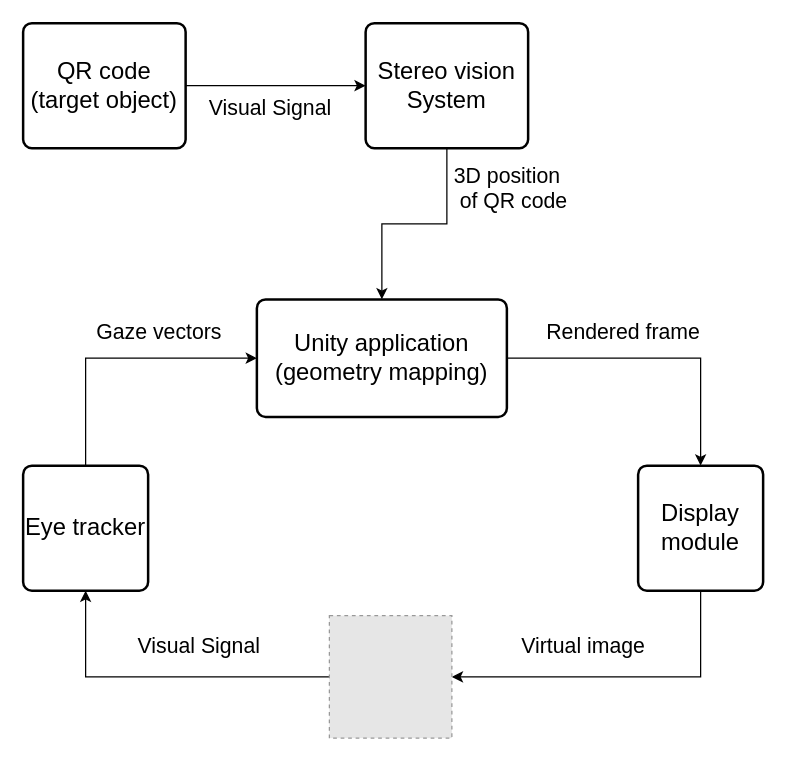
Before: System_level_design.drawio in Dawei-S/Da, a draw.io diagram. Source tidied: cells renumbered, new cells numbered last; positions are measured from the earlier drawing's top-left corner, leaving out a move shared by most shapes. Both pictures are drawn from the tidied source at 125%, with x=0, y=0 at pixel (22, 22). Pictures stored in the file or linked from it are replaced by grey dashed boxes.
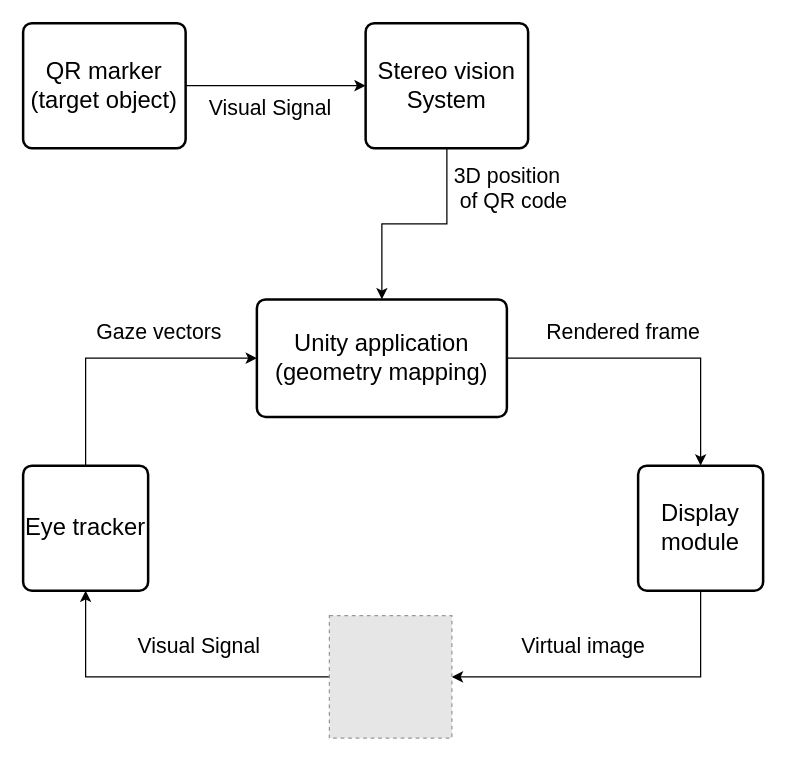
After the change.

Diff of the diagram source:
```diff
@@
 <mxGraphModel>
   <root>
     <mxCell id="0" />
     <mxCell id="1" parent="0" />
     <mxCell id="2" style="edgeStyle=orthogonalEdgeStyle;rounded=0;jettySize=auto;html=1;exitX=0.5;exitY=0;exitDx=0;exitDy=0;entryX=0;entryY=0.5;entryDx=0;entryDy=0;" parent="1" edge="1" source="3" target="5">
       <mxGeometry relative="1" as="geometry" />
     </mxCell>
     <mxCell id="3" value="&lt;span id=&quot;docs-internal-guid-c69a7b36-7fff-ca42-4f69-aa0f96ac0ebd&quot;&gt;&lt;span style=&quot;font-family: &amp;#34;arial&amp;#34; ; background-color: transparent ; vertical-align: baseline ; white-space: pre-wrap&quot;&gt;&lt;font style=&quot;font-size: 19px&quot;&gt;Eye tracker&lt;/font&gt;&lt;/span&gt;&lt;/span&gt;" style="rounded=1;whiteSpace=wrap;html=1;absoluteArcSize=1;arcSize=14;strokeWidth=2;" parent="1" vertex="1">
       <mxGeometry y="354" width="100" height="100" as="geometry" />
     </mxCell>
     <mxCell id="4" style="edgeStyle=orthogonalEdgeStyle;rounded=0;jettySize=auto;html=1;entryX=0.5;entryY=0;entryDx=0;entryDy=0;" parent="1" edge="1" source="5" target="7">
       <mxGeometry relative="1" as="geometry" />
     </mxCell>
     <mxCell id="5" value="&lt;span id=&quot;docs-internal-guid-b947add7-7fff-3c34-f870-ee045d7527ad&quot;&gt;&lt;span style=&quot;font-family: &amp;#34;arial&amp;#34; ; background-color: transparent ; vertical-align: baseline ; white-space: pre-wrap&quot;&gt;&lt;font style=&quot;font-size: 19px&quot;&gt;Unity application&lt;br&gt;(geometry mapping)&lt;br&gt;&lt;/font&gt;&lt;/span&gt;&lt;/span&gt;" style="rounded=1;whiteSpace=wrap;html=1;absoluteArcSize=1;arcSize=14;strokeWidth=2;" parent="1" vertex="1">
       <mxGeometry x="187" y="221" width="200" height="94" as="geometry" />
     </mxCell>
     <mxCell id="6" style="edgeStyle=orthogonalEdgeStyle;rounded=0;jettySize=auto;html=1;exitX=0.5;exitY=1;exitDx=0;exitDy=0;entryX=1;entryY=0.5;entryDx=0;entryDy=0;" parent="1" edge="1" source="7" target="9">
       <mxGeometry relative="1" as="geometry" />
     </mxCell>
     <mxCell id="7" value="&lt;span id=&quot;docs-internal-guid-a6160efe-7fff-7b98-e183-7bba76c2c2b3&quot;&gt;&lt;span style=&quot;font-family: &amp;#34;arial&amp;#34; ; background-color: transparent ; vertical-align: baseline ; white-space: pre-wrap&quot;&gt;&lt;font style=&quot;font-size: 19px&quot;&gt;Display module&lt;/font&gt;&lt;/span&gt;&lt;/span&gt;" style="rounded=1;whiteSpace=wrap;html=1;absoluteArcSize=1;arcSize=14;strokeWidth=2;" parent="1" vertex="1">
       <mxGeometry x="492" y="354" width="100" height="100" as="geometry" />
     </mxCell>
     <mxCell id="8" style="edgeStyle=orthogonalEdgeStyle;rounded=0;jettySize=auto;html=1;exitX=0;exitY=0.5;exitDx=0;exitDy=0;" parent="1" edge="1" source="9" target="3">
       <mxGeometry relative="1" as="geometry" />
     </mxCell>
     <mxCell id="9" style="fillColor=#E6E6E6;strokeColor=#999999;dashed=1;html=1;verticalAlign=top;verticalLabelPosition=bottom;labelBackgroundColor=#ffffff;" parent="1" vertex="1">
       <mxGeometry x="245" y="474" width="98" height="98" as="geometry" />
     </mxCell>
     <mxCell id="10" value="&lt;font style=&quot;font-size: 17px&quot;&gt;Visual Signal&lt;/font&gt;" style="text;html=1;align=left;verticalAlign=top;spacingTop=-4;" parent="1" vertex="1">
       <mxGeometry x="90" y="486" width="110" height="20" as="geometry" />
     </mxCell>
     <mxCell id="11" value="&lt;font style=&quot;font-size: 17px&quot;&gt;Gaze vectors&lt;br&gt;&lt;/font&gt;" style="text;html=1;align=left;verticalAlign=top;spacingTop=-4;" parent="1" vertex="1">
       <mxGeometry x="56.5" y="235" width="110" height="16" as="geometry" />
     </mxCell>
     <mxCell id="12" value="&lt;span style=&quot;font-size: 17px&quot;&gt;Virtual image&lt;/span&gt;" style="text;html=1;align=left;verticalAlign=top;spacingTop=-4;" parent="1" vertex="1">
       <mxGeometry x="397" y="486" width="110" height="20" as="geometry" />
     </mxCell>
     <mxCell id="13" style="edgeStyle=orthogonalEdgeStyle;rounded=0;jettySize=auto;html=1;" parent="1" edge="1" source="14" target="5">
       <mxGeometry relative="1" as="geometry" />
     </mxCell>
     <mxCell id="14" value="&lt;span id=&quot;docs-internal-guid-b947add7-7fff-3c34-f870-ee045d7527ad&quot;&gt;&lt;span style=&quot;font-family: &amp;#34;arial&amp;#34; ; background-color: transparent ; vertical-align: baseline ; white-space: pre-wrap&quot;&gt;&lt;font style=&quot;font-size: 19px&quot;&gt;Stereo vision&lt;br/&gt;System&lt;br/&gt;&lt;/font&gt;&lt;/span&gt;&lt;/span&gt;" style="rounded=1;whiteSpace=wrap;html=1;absoluteArcSize=1;arcSize=14;strokeWidth=2;" parent="1" vertex="1">
       <mxGeometry x="274" width="130" height="100" as="geometry" />
     </mxCell>
     <mxCell id="15" value="&lt;font style=&quot;font-size: 17px&quot;&gt;3D position&lt;br&gt;&amp;nbsp;of QR code&lt;/font&gt;" style="text;html=1;align=left;verticalAlign=top;spacingTop=-4;" parent="1" vertex="1">
       <mxGeometry x="343" y="110" width="101" height="32" as="geometry" />
     </mxCell>
-    <mxCell id="16" value="&lt;span id=&quot;docs-internal-guid-b947add7-7fff-3c34-f870-ee045d7527ad&quot;&gt;&lt;span style=&quot;font-family: &amp;#34;arial&amp;#34; ; background-color: transparent ; vertical-align: baseline ; white-space: pre-wrap&quot;&gt;&lt;font style=&quot;font-size: 19px&quot;&gt;QR code&lt;br/&gt;(target object)&lt;br/&gt;&lt;/font&gt;&lt;/span&gt;&lt;/span&gt;" style="rounded=1;whiteSpace=wrap;html=1;absoluteArcSize=1;arcSize=14;strokeWidth=2;" parent="1" vertex="1">
+    <mxCell id="16" value="&lt;span id=&quot;docs-internal-guid-b947add7-7fff-3c34-f870-ee045d7527ad&quot;&gt;&lt;span style=&quot;font-family: &amp;#34;arial&amp;#34; ; background-color: transparent ; vertical-align: baseline ; white-space: pre-wrap&quot;&gt;&lt;font style=&quot;font-size: 19px&quot;&gt;QR marker&lt;br&gt;(target object)&lt;br&gt;&lt;/font&gt;&lt;/span&gt;&lt;/span&gt;" style="rounded=1;whiteSpace=wrap;html=1;absoluteArcSize=1;arcSize=14;strokeWidth=2;" parent="1" vertex="1">
       <mxGeometry width="130" height="100" as="geometry" />
     </mxCell>
     <mxCell id="17" style="edgeStyle=orthogonalEdgeStyle;rounded=0;jettySize=auto;html=1;exitX=1;exitY=0.5;exitDx=0;exitDy=0;entryX=0;entryY=0.5;entryDx=0;entryDy=0;" parent="1" edge="1" source="16" target="14">
       <mxGeometry relative="1" as="geometry" />
     </mxCell>
     <mxCell id="18" value="&lt;font style=&quot;font-size: 17px&quot;&gt;Rendered frame&lt;br&gt;&lt;/font&gt;" style="text;html=1;align=left;verticalAlign=top;spacingTop=-4;" parent="1" vertex="1">
       <mxGeometry x="417" y="235" width="133" height="16" as="geometry" />
     </mxCell>
     <mxCell id="19" value="&lt;font style=&quot;font-size: 17px&quot;&gt;Visual Signal&lt;/font&gt;" style="text;html=1;align=left;verticalAlign=top;spacingTop=-4;" parent="1" vertex="1">
       <mxGeometry x="147" y="56" width="110" height="20" as="geometry" />
     </mxCell>
   </root>
 </mxGraphModel>
```
